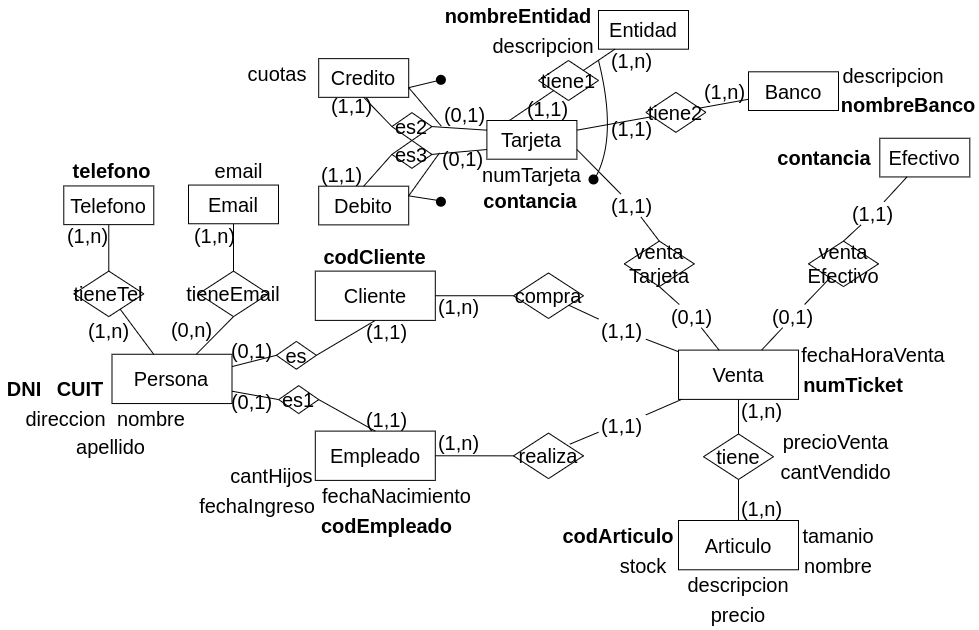
Earlier version of the draw.io export Practica/Practica2/Parte1/drawios-png/ejercicio06P2_Logico.drawio.png (c97Ernesto/DisenioBasesDatos). Source tidied: cells renumbered, new cells last; positions are measured from the earlier drawing's top-left corner, leaving out a move shared by most shapes.
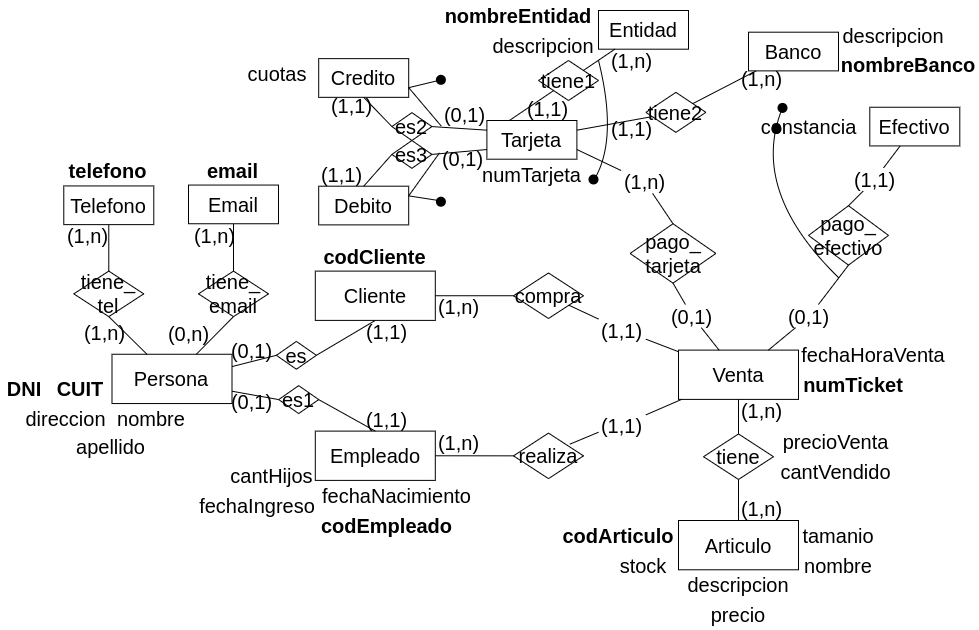
Above is the later version.

Diff of the diagram source:
```diff
@@ -18,10 +18,10 @@
       <mxGeometry x="74.3" y="430.6" width="74.7" height="30" as="geometry" />
     </mxCell>
     <mxCell id="7" value="&lt;b&gt;telefono&lt;/b&gt;" style="text;html=1;strokeColor=none;fillColor=none;align=center;verticalAlign=middle;whiteSpace=wrap;rounded=0;fontSize=20;rotation=0;fontStyle=0;" parent="1" vertex="1">
-      <mxGeometry x="50.2" y="155.4" width="124.7" height="30" as="geometry" />
+      <mxGeometry x="64.4" y="155.4" width="88.8" height="30" as="geometry" />
     </mxCell>
-    <mxCell id="8" value="email" style="text;html=1;strokeColor=none;fillColor=none;align=center;verticalAlign=middle;whiteSpace=wrap;rounded=0;fontSize=20;rotation=0;fontStyle=0;" parent="1" vertex="1">
-      <mxGeometry x="183.8" y="154.6" width="111.1" height="30" as="geometry" />
+    <mxCell id="8" value="&lt;b&gt;email&lt;/b&gt;" style="text;html=1;strokeColor=none;fillColor=none;align=center;verticalAlign=middle;whiteSpace=wrap;rounded=0;fontSize=20;rotation=0;fontStyle=0;" parent="1" vertex="1">
+      <mxGeometry x="196.4" y="154.6" width="75.2" height="30" as="geometry" />
     </mxCell>
     <mxCell id="9" value="&lt;b&gt;CUIT&lt;/b&gt;" style="text;html=1;strokeColor=none;fillColor=none;align=center;verticalAlign=middle;whiteSpace=wrap;rounded=0;fontSize=20;rotation=0;fontStyle=0;" parent="1" vertex="1">
       <mxGeometry x="50" y="373" width="62.5" height="30" as="geometry" />
@@ -113,8 +113,8 @@
     <mxCell id="37" style="endArrow=none;html=1;rounded=0;fontSize=20;" parent="1" edge="1" source="26" target="16">
       <mxGeometry relative="1" as="geometry" />
     </mxCell>
-    <mxCell id="38" value="venta&lt;br&gt;Efectivo" style="shape=rhombus;perimeter=rhombusPerimeter;whiteSpace=wrap;html=1;align=center;fontSize=20;" parent="1" vertex="1">
-      <mxGeometry x="809" y="240.6" width="70" height="45.5" as="geometry" />
+    <mxCell id="38" value="pago_&lt;br&gt;efectivo" style="shape=rhombus;perimeter=rhombusPerimeter;whiteSpace=wrap;html=1;align=center;fontSize=20;" parent="1" vertex="1">
+      <mxGeometry x="809" y="205.2" width="80" height="59.4" as="geometry" />
     </mxCell>
     <mxCell id="39" value="(1,n)" style="text;html=1;strokeColor=none;fillColor=none;align=center;verticalAlign=middle;whiteSpace=wrap;rounded=0;fontSize=20;rotation=0;" parent="1" vertex="1">
       <mxGeometry x="739" y="398.9" width="47.4" height="23.2" as="geometry" />
@@ -126,7 +126,7 @@
       <mxGeometry x="774" y="426.2" width="125" height="30" as="geometry" />
     </mxCell>
     <mxCell id="42" value="&lt;font style=&quot;font-size: 20px;&quot;&gt;Efectivo&lt;/font&gt;" style="whiteSpace=wrap;html=1;align=center;fontSize=20;" parent="1" vertex="1">
-      <mxGeometry x="880.3" y="137.8" width="90" height="38.7" as="geometry" />
+      <mxGeometry x="870.3" y="106.7" width="90" height="38.7" as="geometry" />
     </mxCell>
     <mxCell id="43" value="&lt;font style=&quot;font-size: 20px;&quot;&gt;Tarjeta&lt;/font&gt;" style="whiteSpace=wrap;html=1;align=center;fontSize=20;" parent="1" vertex="1">
       <mxGeometry x="487.4" y="120" width="90" height="38.7" as="geometry" />
@@ -141,7 +141,7 @@
       <mxGeometry x="599" y="10" width="90" height="38.7" as="geometry" />
     </mxCell>
     <mxCell id="47" value="&lt;font style=&quot;font-size: 20px;&quot;&gt;Banco&lt;/font&gt;" style="whiteSpace=wrap;html=1;align=center;fontSize=20;" parent="1" vertex="1">
-      <mxGeometry x="749" y="71.3" width="90" height="38.7" as="geometry" />
+      <mxGeometry x="749" y="31.7" width="90" height="38.7" as="geometry" />
     </mxCell>
     <mxCell id="48" value="tiene1" style="shape=rhombus;perimeter=rhombusPerimeter;whiteSpace=wrap;html=1;align=center;fontSize=20;" parent="1" vertex="1">
       <mxGeometry x="539" y="60" width="60" height="40" as="geometry" />
@@ -168,10 +168,10 @@
       <mxGeometry x="489" y="30" width="110" height="30" as="geometry" />
     </mxCell>
     <mxCell id="56" value="nombreBanco" style="text;html=1;strokeColor=none;fillColor=none;align=center;verticalAlign=middle;whiteSpace=wrap;rounded=0;fontSize=20;rotation=0;fontStyle=1;" parent="1" vertex="1">
-      <mxGeometry x="839" y="88.7" width="140" height="30" as="geometry" />
+      <mxGeometry x="839" y="49.1" width="140" height="30" as="geometry" />
     </mxCell>
     <mxCell id="57" value="descripcion" style="text;html=1;strokeColor=none;fillColor=none;align=center;verticalAlign=middle;whiteSpace=wrap;rounded=0;fontSize=20;rotation=0;fontStyle=0;" parent="1" vertex="1">
-      <mxGeometry x="839" y="60" width="110" height="30" as="geometry" />
+      <mxGeometry x="839" y="20.4" width="110" height="30" as="geometry" />
     </mxCell>
     <mxCell id="58" value="cuotas" style="text;html=1;strokeColor=none;fillColor=none;align=center;verticalAlign=middle;whiteSpace=wrap;rounded=0;fontSize=20;rotation=0;fontStyle=0;" parent="1" vertex="1">
       <mxGeometry x="239" y="58.1" width="77.9" height="30" as="geometry" />
@@ -179,7 +179,7 @@
     <mxCell id="59" style="endArrow=none;html=1;rounded=0;fontSize=20;" parent="1" edge="1" source="117" target="42">
       <mxGeometry relative="1" as="geometry" />
     </mxCell>
-    <mxCell id="60" style="endArrow=none;html=1;rounded=0;fontSize=20;" parent="1" edge="1" source="113" target="38">
+    <mxCell id="60" style="endArrow=none;html=1;rounded=0;fontSize=20;entryX=0.5;entryY=1;entryDx=0;entryDy=0;" parent="1" edge="1" source="113" target="38">
       <mxGeometry relative="1" as="geometry" />
     </mxCell>
     <mxCell id="61" value="numTicket" style="text;html=1;strokeColor=none;fillColor=none;align=center;verticalAlign=middle;whiteSpace=wrap;rounded=0;fontSize=20;rotation=0;fontStyle=1;" parent="1" vertex="1">
@@ -198,7 +198,7 @@
       <mxGeometry x="609" y="48.7" width="47.4" height="23.2" as="geometry" />
     </mxCell>
     <mxCell id="66" value="(1,n)" style="text;html=1;strokeColor=none;fillColor=none;align=center;verticalAlign=middle;whiteSpace=wrap;rounded=0;fontSize=20;rotation=0;" parent="1" vertex="1">
-      <mxGeometry x="701.6" y="79.1" width="47.4" height="23.2" as="geometry" />
+      <mxGeometry x="739" y="66.1" width="47.4" height="23.2" as="geometry" />
     </mxCell>
     <mxCell id="67" value="(1,1)" style="text;html=1;strokeColor=none;fillColor=none;align=center;verticalAlign=middle;whiteSpace=wrap;rounded=0;fontSize=20;rotation=0;" parent="1" vertex="1">
       <mxGeometry x="609" y="116.8" width="47.4" height="23.2" as="geometry" />
@@ -220,10 +220,10 @@
         </Array>
       </mxGeometry>
     </mxCell>
-    <mxCell id="72" value="tieneTel" style="shape=rhombus;perimeter=rhombusPerimeter;whiteSpace=wrap;html=1;align=center;fontSize=20;" parent="1" vertex="1">
+    <mxCell id="72" value="tiene_&lt;br&gt;tel" style="shape=rhombus;perimeter=rhombusPerimeter;whiteSpace=wrap;html=1;align=center;fontSize=20;" parent="1" vertex="1">
       <mxGeometry x="74.3" y="270.6" width="70" height="45.5" as="geometry" />
     </mxCell>
-    <mxCell id="73" value="tieneEmail" style="shape=rhombus;perimeter=rhombusPerimeter;whiteSpace=wrap;html=1;align=center;fontSize=20;" parent="1" vertex="1">
+    <mxCell id="73" value="tiene_&lt;br&gt;email" style="shape=rhombus;perimeter=rhombusPerimeter;whiteSpace=wrap;html=1;align=center;fontSize=20;" parent="1" vertex="1">
       <mxGeometry x="199" y="270.6" width="70" height="45.5" as="geometry" />
     </mxCell>
     <mxCell id="74" style="endArrow=none;html=1;rounded=0;fontSize=20;" parent="1" edge="1" source="93" target="72">
@@ -235,17 +235,17 @@
     <mxCell id="76" style="endArrow=none;html=1;rounded=0;fontSize=20;exitX=0.5;exitY=1;exitDx=0;exitDy=0;" parent="1" edge="1" source="73" target="2">
       <mxGeometry relative="1" as="geometry" />
     </mxCell>
-    <mxCell id="77" style="endArrow=none;html=1;rounded=0;fontSize=20;" parent="1" edge="1" source="2" target="72">
+    <mxCell id="77" style="endArrow=none;html=1;rounded=0;fontSize=20;entryX=0.5;entryY=1;entryDx=0;entryDy=0;" parent="1" edge="1" source="2" target="72">
       <mxGeometry relative="1" as="geometry" />
     </mxCell>
     <mxCell id="78" value="(0,n)" style="text;html=1;strokeColor=none;fillColor=none;align=center;verticalAlign=middle;whiteSpace=wrap;rounded=0;fontSize=20;rotation=0;" parent="1" vertex="1">
-      <mxGeometry x="169" y="317.7" width="47.4" height="23.2" as="geometry" />
+      <mxGeometry x="166" y="321.7" width="47.4" height="23.2" as="geometry" />
     </mxCell>
     <mxCell id="79" value="direccion" style="text;html=1;strokeColor=none;fillColor=none;align=center;verticalAlign=middle;whiteSpace=wrap;rounded=0;fontSize=20;rotation=0;fontStyle=0;" parent="1" vertex="1">
       <mxGeometry x="21.2" y="402.6" width="91.3" height="30" as="geometry" />
     </mxCell>
     <mxCell id="80" value="(1,n)" style="text;html=1;strokeColor=none;fillColor=none;align=center;verticalAlign=middle;whiteSpace=wrap;rounded=0;fontSize=20;rotation=0;" parent="1" vertex="1">
-      <mxGeometry x="85.6" y="318" width="47.4" height="23.2" as="geometry" />
+      <mxGeometry x="81.6" y="320" width="47.4" height="23.2" as="geometry" />
     </mxCell>
     <mxCell id="81" value="(1,n)" style="text;html=1;strokeColor=none;fillColor=none;align=center;verticalAlign=middle;whiteSpace=wrap;rounded=0;fontSize=20;rotation=0;" parent="1" vertex="1">
       <mxGeometry x="65.1" y="223.3" width="47.4" height="23.2" as="geometry" />
@@ -271,15 +271,12 @@
     <mxCell id="88" style="endArrow=none;html=1;rounded=0;fontSize=20;entryX=0.5;entryY=0;entryDx=0;entryDy=0;exitX=1;exitY=0.5;exitDx=0;exitDy=0;" parent="1" edge="1" source="84" target="4">
       <mxGeometry relative="1" as="geometry" />
     </mxCell>
-    <mxCell id="89" value="venta&lt;br&gt;Tarjeta" style="shape=rhombus;perimeter=rhombusPerimeter;whiteSpace=wrap;html=1;align=center;fontSize=20;" parent="1" vertex="1">
-      <mxGeometry x="624.8" y="240.6" width="70" height="45.5" as="geometry" />
+    <mxCell id="89" value="pago_&lt;br&gt;tarjeta" style="shape=rhombus;perimeter=rhombusPerimeter;whiteSpace=wrap;html=1;align=center;fontSize=20;" parent="1" vertex="1">
+      <mxGeometry x="630.6" y="223.2" width="85.8" height="59.4" as="geometry" />
     </mxCell>
-    <mxCell id="90" value="contancia" style="text;html=1;strokeColor=none;fillColor=none;align=center;verticalAlign=middle;whiteSpace=wrap;rounded=0;fontSize=20;rotation=0;fontStyle=1;" parent="1" vertex="1">
-      <mxGeometry x="770.3" y="142.1" width="110" height="30" as="geometry" />
+    <mxCell id="90" value="constancia" style="text;html=1;strokeColor=none;fillColor=none;align=center;verticalAlign=middle;whiteSpace=wrap;rounded=0;fontSize=20;rotation=0;fontStyle=0;" parent="1" vertex="1">
+      <mxGeometry x="749" y="111.1" width="121.3" height="30" as="geometry" />
     </mxCell>
-    <mxCell id="91" value="contancia" style="text;html=1;strokeColor=none;fillColor=none;align=center;verticalAlign=middle;whiteSpace=wrap;rounded=0;fontSize=20;rotation=0;fontStyle=1;" parent="1" vertex="1">
-      <mxGeometry x="475.7" y="185.4" width="110" height="30" as="geometry" />
-    </mxCell>
     <mxCell id="92" value="es2" style="shape=rhombus;perimeter=rhombusPerimeter;whiteSpace=wrap;html=1;align=center;fontSize=20;" parent="1" vertex="1">
       <mxGeometry x="392.4" y="112.2" width="40" height="27.8" as="geometry" />
     </mxCell>
@@ -344,19 +341,19 @@
       <mxGeometry relative="1" as="geometry" />
     </mxCell>
     <mxCell id="113" value="(0,1)" style="text;html=1;strokeColor=none;fillColor=none;align=center;verticalAlign=middle;whiteSpace=wrap;rounded=0;fontSize=20;rotation=0;" parent="1" vertex="1">
-      <mxGeometry x="770.3" y="304" width="47.4" height="23.2" as="geometry" />
+      <mxGeometry x="786.4" y="304" width="47.4" height="23.2" as="geometry" />
     </mxCell>
     <mxCell id="114" style="endArrow=none;html=1;rounded=0;fontSize=20;exitX=0.5;exitY=0;exitDx=0;exitDy=0;" parent="1" edge="1" source="89" target="115">
       <mxGeometry relative="1" as="geometry" />
     </mxCell>
-    <mxCell id="115" value="(1,1)" style="text;html=1;strokeColor=none;fillColor=none;align=center;verticalAlign=middle;whiteSpace=wrap;rounded=0;fontSize=20;rotation=0;" parent="1" vertex="1">
-      <mxGeometry x="609" y="193.5" width="47.4" height="23.2" as="geometry" />
+    <mxCell id="115" value="(1,n)" style="text;html=1;strokeColor=none;fillColor=none;align=center;verticalAlign=middle;whiteSpace=wrap;rounded=0;fontSize=20;rotation=0;" parent="1" vertex="1">
+      <mxGeometry x="621.6" y="169.8" width="47.4" height="23.2" as="geometry" />
     </mxCell>
     <mxCell id="116" style="endArrow=none;html=1;rounded=0;fontSize=20;exitX=0.5;exitY=0;exitDx=0;exitDy=0;" parent="1" edge="1" source="38" target="117">
       <mxGeometry relative="1" as="geometry" />
     </mxCell>
     <mxCell id="117" value="(1,1)" style="text;html=1;strokeColor=none;fillColor=none;align=center;verticalAlign=middle;whiteSpace=wrap;rounded=0;fontSize=20;rotation=0;" parent="1" vertex="1">
-      <mxGeometry x="850.3" y="201.2" width="47.4" height="23.2" as="geometry" />
+      <mxGeometry x="851.6" y="167.4" width="47.4" height="23.2" as="geometry" />
     </mxCell>
     <mxCell id="118" style="endArrow=none;html=1;rounded=0;entryX=1;entryY=0.75;entryDx=0;entryDy=0;exitX=0;exitY=1;exitDx=0;exitDy=0;" parent="1" edge="1" source="102" target="44">
       <mxGeometry relative="1" as="geometry" />
@@ -380,5 +377,19 @@
     <mxCell id="123" style="shape=waypoint;sketch=0;size=6;fillColor=none;perimeter=centerPerimeter;strokeWidth=3;" parent="1" vertex="1">
       <mxGeometry x="431.4" y="191.2" width="20" height="20" as="geometry" />
     </mxCell>
+    <mxCell id="124" style="curved=1;endArrow=none;html=1;rounded=0;endFill=0;exitX=0.542;exitY=0.204;exitDx=0;exitDy=0;exitPerimeter=0;" parent="1" edge="1" source="125">
+      <mxGeometry relative="1" as="geometry">
+        <mxPoint x="840" y="278" as="targetPoint" />
+        <Array as="points">
+          <mxPoint x="749" y="190" />
+        </Array>
+      </mxGeometry>
+    </mxCell>
+    <mxCell id="125" style="shape=waypoint;sketch=0;size=6;points=[];fillColor=none;perimeter=centerPerimeter;snapToPoint=1;strokeWidth=3;" parent="1" vertex="1">
+      <mxGeometry x="773" y="97.4" width="20" height="20" as="geometry" />
+    </mxCell>
+    <mxCell id="126" style="shape=waypoint;sketch=0;size=6;fillColor=none;perimeter=centerPerimeter;strokeWidth=3;" parent="1" vertex="1">
+      <mxGeometry x="767" y="118.4" width="20" height="20" as="geometry" />
+    </mxCell>
   </root>
 </mxGraphModel>
```
